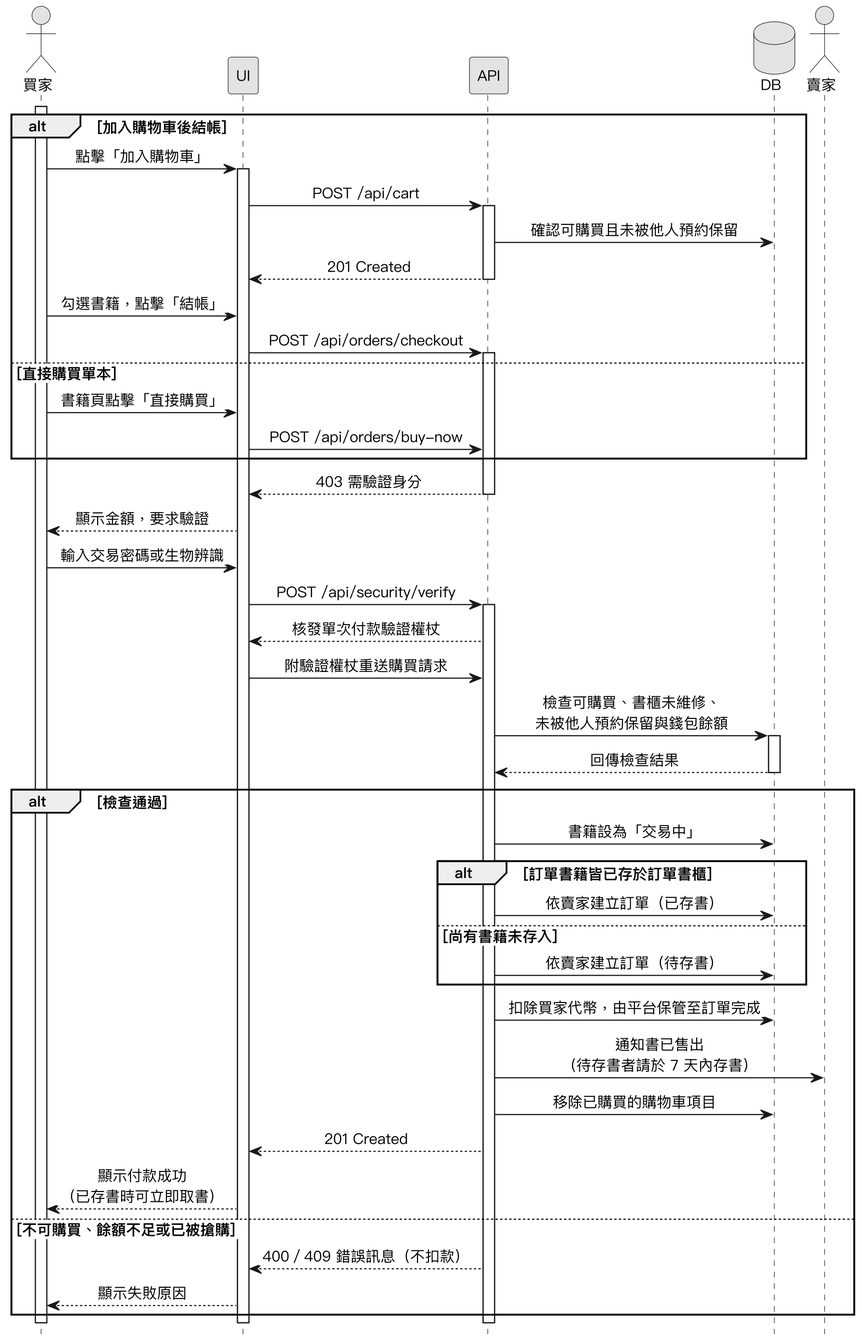
This is Diagrams/Sequence Diagrams/v3/seq_checkout.png from SaveMyBook/SaveMyBook, a PlantUML export, as it was before one commit.
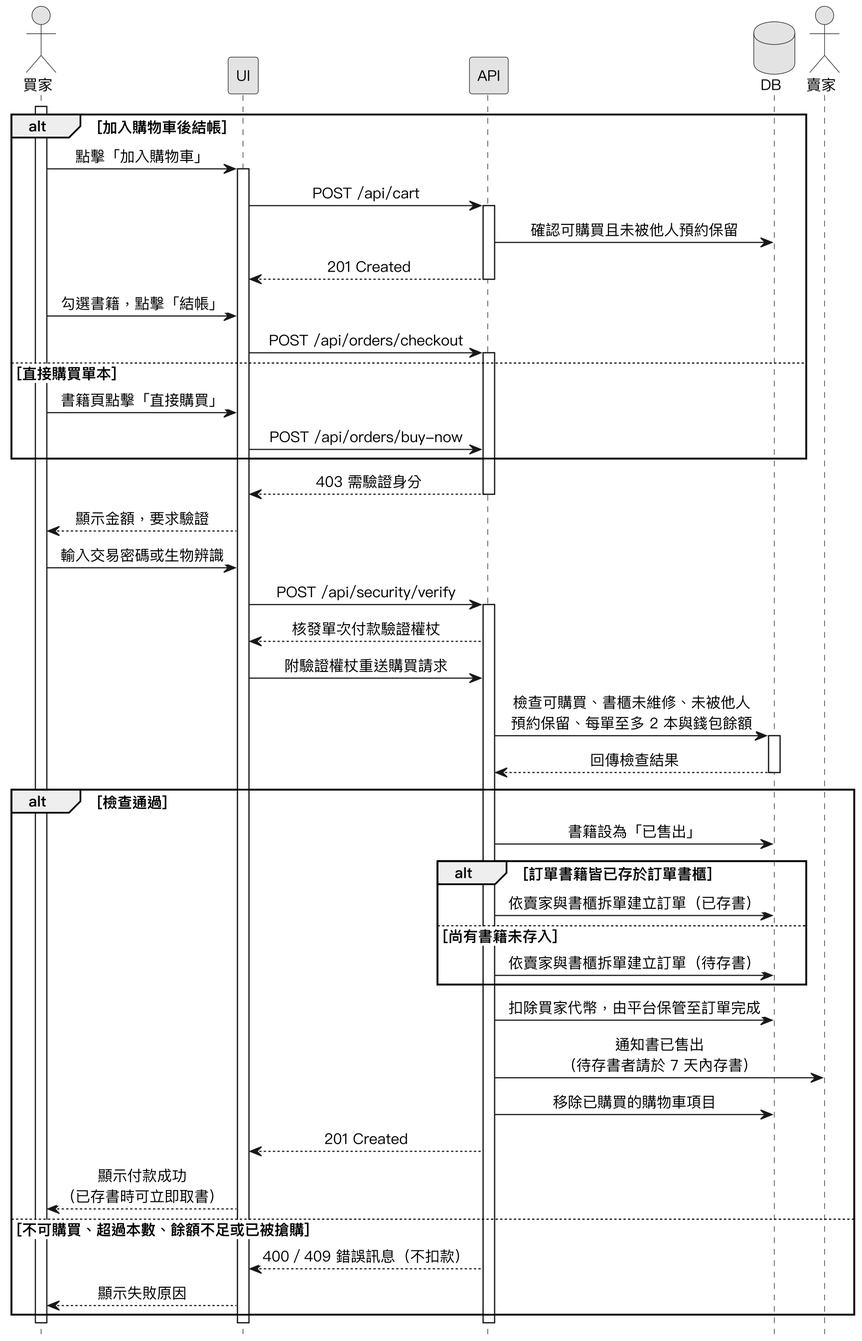
Later version of the same file.

The edit, as a diff of the source:
```diff
@@ -38,24 +38,24 @@
 activate API
 API --> UI : 核發單次付款驗證權杖
 UI -> API : 附驗證權杖重送購買請求
-API -> DB : 檢查可購買、書櫃未維修、\n未被他人預約保留與錢包餘額
+API -> DB : 檢查可購買、書櫃未維修、未被他人\n預約保留、每單至多 2 本與錢包餘額
 activate DB
 DB --> API : 回傳檢查結果
 deactivate DB
 
 alt 檢查通過
-  API -> DB : 書籍設為「交易中」
+  API -> DB : 書籍設為「已售出」
   alt 訂單書籍皆已存於訂單書櫃
-    API -> DB : 依賣家建立訂單（已存書）
+    API -> DB : 依賣家與書櫃拆單建立訂單（已存書）
   else 尚有書籍未存入
-    API -> DB : 依賣家建立訂單（待存書）
+    API -> DB : 依賣家與書櫃拆單建立訂單（待存書）
   end
   API -> DB : 扣除買家代幣，由平台保管至訂單完成
   API -> 賣家 : 通知書已售出\n（待存書者請於 7 天內存書）
   API -> DB : 移除已購買的購物車項目
   API --> UI : 201 Created
   UI --> 買家 : 顯示付款成功\n（已存書時可立即取書）
-else 不可購買、餘額不足或已被搶購
+else 不可購買、超過本數、餘額不足或已被搶購
   API --> UI : 400／409 錯誤訊息（不扣款）
   UI --> 買家 : 顯示失敗原因
 end
```
